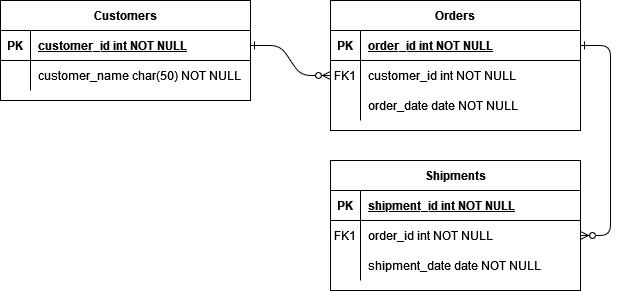
Earlier version of the draw.io export ER Diagram.drawio.png (ClupTheGreat/plannerproject_v2). Source tidied: cells renumbered, new cells last; positions are measured from the earlier drawing's top-left corner, leaving out a move shared by most shapes.
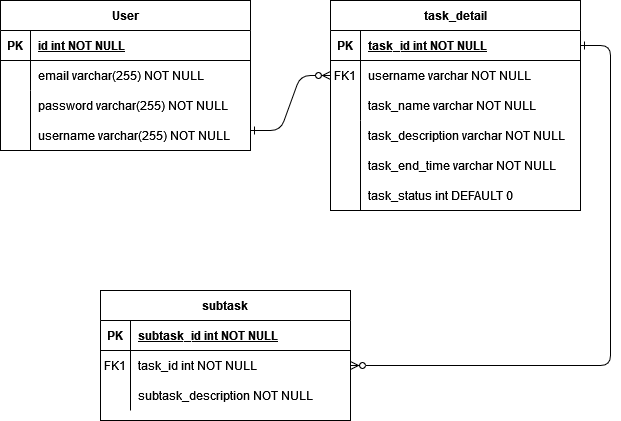
The same diagram one commit later.

What changed in the source:
```diff
@@ -2,14 +2,16 @@
   <root>
     <mxCell id="0" />
     <mxCell id="1" parent="0" />
-    <mxCell id="2" style="edgeStyle=entityRelationEdgeStyle;endArrow=ERzeroToMany;startArrow=ERone;endFill=1;startFill=0;" parent="1" edge="1" source="25" target="8">
-      <mxGeometry relative="1" as="geometry" />
+    <mxCell id="2" style="edgeStyle=entityRelationEdgeStyle;endArrow=ERzeroToMany;startArrow=ERone;endFill=1;startFill=0;" parent="1" edge="1" target="8">
+      <mxGeometry relative="1" as="geometry">
+        <mxPoint x="250" y="130" as="sourcePoint" />
+      </mxGeometry>
     </mxCell>
     <mxCell id="3" style="edgeStyle=entityRelationEdgeStyle;endArrow=ERzeroToMany;startArrow=ERone;endFill=1;startFill=0;" parent="1" edge="1" source="5" target="18">
       <mxGeometry relative="1" as="geometry" />
     </mxCell>
-    <mxCell id="4" value="Orders" style="shape=table;startSize=30;rowLines=0;fontStyle=1;align=center;" parent="1" vertex="1">
-      <mxGeometry x="330" width="250" height="130" as="geometry" />
+    <mxCell id="4" value="task_detail" style="shape=table;startSize=30;rowLines=0;fontStyle=1;align=center;" parent="1" vertex="1">
+      <mxGeometry x="330" width="250" height="210" as="geometry" />
     </mxCell>
     <mxCell id="5" style="shape=partialRectangle;fillColor=none;points=[[0,0.5],[1,0.5]];portConstraint=eastwest;top=0;left=0;right=0;bottom=1;" parent="4" vertex="1">
       <mxGeometry y="30" width="250" height="30" as="geometry" />
@@ -17,7 +19,7 @@
     <mxCell id="6" value="PK" style="shape=partialRectangle;overflow=hidden;fillColor=none;top=0;left=0;bottom=0;right=0;fontStyle=1;" parent="5" vertex="1">
       <mxGeometry width="30" height="30" as="geometry" />
     </mxCell>
-    <mxCell id="7" value="order_id int NOT NULL " style="shape=partialRectangle;overflow=hidden;fillColor=none;top=0;left=0;bottom=0;right=0;align=left;spacingLeft=6;fontStyle=5;" parent="5" vertex="1">
+    <mxCell id="7" value="task_id int NOT NULL " style="shape=partialRectangle;overflow=hidden;fillColor=none;top=0;left=0;bottom=0;right=0;align=left;spacingLeft=6;fontStyle=5;" parent="5" vertex="1">
       <mxGeometry x="30" width="220" height="30" as="geometry" />
     </mxCell>
     <mxCell id="8" style="shape=partialRectangle;fillColor=none;points=[[0,0.5],[1,0.5]];portConstraint=eastwest;top=0;left=0;right=0;bottom=0;" parent="4" vertex="1">
@@ -26,7 +28,7 @@
     <mxCell id="9" value="FK1" style="shape=partialRectangle;overflow=hidden;fillColor=none;top=0;left=0;bottom=0;right=0;" parent="8" vertex="1">
       <mxGeometry width="30" height="30" as="geometry" />
     </mxCell>
-    <mxCell id="10" value="customer_id int NOT NULL" style="shape=partialRectangle;overflow=hidden;fillColor=none;top=0;left=0;bottom=0;right=0;align=left;spacingLeft=6;" parent="8" vertex="1">
+    <mxCell id="10" value="username varchar NOT NULL" style="shape=partialRectangle;overflow=hidden;fillColor=none;top=0;left=0;bottom=0;right=0;align=left;spacingLeft=6;" parent="8" vertex="1">
       <mxGeometry x="30" width="220" height="30" as="geometry" />
     </mxCell>
     <mxCell id="11" style="shape=partialRectangle;fillColor=none;top=0;left=0;right=0;bottom=0;" parent="4" vertex="1">
@@ -35,11 +37,11 @@
     <mxCell id="12" style="shape=partialRectangle;overflow=hidden;fillColor=none;top=0;left=0;bottom=0;right=0;" parent="11" vertex="1">
       <mxGeometry width="30" height="30" as="geometry" />
     </mxCell>
-    <mxCell id="13" value="order_date date NOT NULL" style="shape=partialRectangle;overflow=hidden;fillColor=none;top=0;left=0;bottom=0;right=0;align=left;spacingLeft=6;" parent="11" vertex="1">
+    <mxCell id="13" value="task_name varchar NOT NULL" style="shape=partialRectangle;overflow=hidden;fillColor=none;top=0;left=0;bottom=0;right=0;align=left;spacingLeft=6;" parent="11" vertex="1">
       <mxGeometry x="30" width="220" height="30" as="geometry" />
     </mxCell>
-    <mxCell id="14" value="Shipments" style="shape=table;startSize=30;rowLines=0;fontStyle=1;align=center;" parent="1" vertex="1">
-      <mxGeometry x="330" y="160" width="250" height="130" as="geometry" />
+    <mxCell id="14" value="subtask" style="shape=table;startSize=30;rowLines=0;fontStyle=1;align=center;" parent="1" vertex="1">
+      <mxGeometry x="100" y="290" width="250" height="130" as="geometry" />
     </mxCell>
     <mxCell id="15" style="shape=partialRectangle;fillColor=none;top=0;left=0;right=0;bottom=1;" parent="14" vertex="1">
       <mxGeometry y="30" width="250" height="30" as="geometry" />
@@ -47,7 +49,7 @@
     <mxCell id="16" value="PK" style="shape=partialRectangle;overflow=hidden;fillColor=none;top=0;left=0;bottom=0;right=0;fontStyle=1;" parent="15" vertex="1">
       <mxGeometry width="30" height="30" as="geometry" />
     </mxCell>
-    <mxCell id="17" value="shipment_id int NOT NULL " style="shape=partialRectangle;overflow=hidden;fillColor=none;top=0;left=0;bottom=0;right=0;align=left;spacingLeft=6;fontStyle=5;" parent="15" vertex="1">
+    <mxCell id="17" value="subtask_id int NOT NULL " style="shape=partialRectangle;overflow=hidden;fillColor=none;top=0;left=0;bottom=0;right=0;align=left;spacingLeft=6;fontStyle=5;" parent="15" vertex="1">
       <mxGeometry x="30" width="220" height="30" as="geometry" />
     </mxCell>
     <mxCell id="18" style="shape=partialRectangle;fillColor=none;points=[[0,0.5],[1,0.5]];portConstraint=eastwest;top=0;left=0;right=0;bottom=0;" parent="14" vertex="1">
@@ -56,7 +58,7 @@
     <mxCell id="19" value="FK1" style="shape=partialRectangle;overflow=hidden;fillColor=none;top=0;left=0;bottom=0;right=0;" parent="18" vertex="1">
       <mxGeometry width="30" height="30" as="geometry" />
     </mxCell>
-    <mxCell id="20" value="order_id int NOT NULL" style="shape=partialRectangle;overflow=hidden;fillColor=none;top=0;left=0;bottom=0;right=0;align=left;spacingLeft=6;" parent="18" vertex="1">
+    <mxCell id="20" value="task_id int NOT NULL" style="shape=partialRectangle;overflow=hidden;fillColor=none;top=0;left=0;bottom=0;right=0;align=left;spacingLeft=6;" parent="18" vertex="1">
       <mxGeometry x="30" width="220" height="30" as="geometry" />
     </mxCell>
     <mxCell id="21" style="shape=partialRectangle;fillColor=none;top=0;left=0;right=0;bottom=0;" parent="14" vertex="1">
@@ -65,11 +67,11 @@
     <mxCell id="22" style="shape=partialRectangle;overflow=hidden;fillColor=none;top=0;left=0;bottom=0;right=0;" parent="21" vertex="1">
       <mxGeometry width="30" height="30" as="geometry" />
     </mxCell>
-    <mxCell id="23" value="shipment_date date NOT NULL" style="shape=partialRectangle;overflow=hidden;fillColor=none;top=0;left=0;bottom=0;right=0;align=left;spacingLeft=6;" parent="21" vertex="1">
+    <mxCell id="23" value="subtask_description NOT NULL" style="shape=partialRectangle;overflow=hidden;fillColor=none;top=0;left=0;bottom=0;right=0;align=left;spacingLeft=6;" parent="21" vertex="1">
       <mxGeometry x="30" width="220" height="30" as="geometry" />
     </mxCell>
-    <mxCell id="24" value="Customers" style="shape=table;startSize=30;rowLines=0;fontStyle=1;align=center;" parent="1" vertex="1">
-      <mxGeometry width="250" height="100" as="geometry" />
+    <mxCell id="24" value="User" style="shape=table;startSize=30;rowLines=0;fontStyle=1;align=center;" parent="1" vertex="1">
+      <mxGeometry width="250" height="150" as="geometry" />
     </mxCell>
     <mxCell id="25" style="shape=partialRectangle;fillColor=none;points=[[0,0.5],[1,0.5]];portConstraint=eastwest;top=0;left=0;right=0;bottom=1;" parent="24" vertex="1">
       <mxGeometry y="30" width="250" height="30" as="geometry" />
@@ -77,7 +79,7 @@
     <mxCell id="26" value="PK" style="shape=partialRectangle;overflow=hidden;fillColor=none;top=0;left=0;bottom=0;right=0;fontStyle=1;" parent="25" vertex="1">
       <mxGeometry width="30" height="30" as="geometry" />
     </mxCell>
-    <mxCell id="27" value="customer_id int NOT NULL " style="shape=partialRectangle;overflow=hidden;fillColor=none;top=0;left=0;bottom=0;right=0;align=left;spacingLeft=6;fontStyle=5;" parent="25" vertex="1">
+    <mxCell id="27" value="id int NOT NULL " style="shape=partialRectangle;overflow=hidden;fillColor=none;top=0;left=0;bottom=0;right=0;align=left;spacingLeft=6;fontStyle=5;" parent="25" vertex="1">
       <mxGeometry x="30" width="220" height="30" as="geometry" />
     </mxCell>
     <mxCell id="28" style="shape=partialRectangle;fillColor=none;top=0;left=0;right=0;bottom=0;" parent="24" vertex="1">
@@ -86,8 +88,38 @@
     <mxCell id="29" style="shape=partialRectangle;overflow=hidden;fillColor=none;top=0;left=0;bottom=0;right=0;" parent="28" vertex="1">
       <mxGeometry width="30" height="30" as="geometry" />
     </mxCell>
-    <mxCell id="30" value="customer_name char(50) NOT NULL" style="shape=partialRectangle;overflow=hidden;fillColor=none;top=0;left=0;bottom=0;right=0;align=left;spacingLeft=6;" parent="28" vertex="1">
+    <mxCell id="30" value="email varchar(255) NOT NULL" style="shape=partialRectangle;overflow=hidden;fillColor=none;top=0;left=0;bottom=0;right=0;align=left;spacingLeft=6;" parent="28" vertex="1">
       <mxGeometry x="30" width="220" height="30" as="geometry" />
     </mxCell>
+    <mxCell id="31" style="endArrow=none;html=1;rounded=0;" parent="1" edge="1">
+      <mxGeometry relative="1" as="geometry">
+        <mxPoint x="360" y="210" as="sourcePoint" />
+        <mxPoint x="360" y="120" as="targetPoint" />
+        <Array as="points">
+          <mxPoint x="360" y="150" />
+        </Array>
+      </mxGeometry>
+    </mxCell>
+    <mxCell id="32" value="task_description varchar NOT NULL" style="shape=partialRectangle;overflow=hidden;fillColor=none;top=0;left=0;bottom=0;right=0;align=left;spacingLeft=6;" parent="1" vertex="1">
+      <mxGeometry x="360" y="120" width="220" height="30" as="geometry" />
+    </mxCell>
+    <mxCell id="33" value="task_end_time varchar NOT NULL" style="shape=partialRectangle;overflow=hidden;fillColor=none;top=0;left=0;bottom=0;right=0;align=left;spacingLeft=6;" parent="1" vertex="1">
+      <mxGeometry x="360" y="150" width="220" height="30" as="geometry" />
+    </mxCell>
+    <mxCell id="34" value="task_status int DEFAULT 0" style="shape=partialRectangle;overflow=hidden;fillColor=none;top=0;left=0;bottom=0;right=0;align=left;spacingLeft=6;" parent="1" vertex="1">
+      <mxGeometry x="360" y="180" width="220" height="30" as="geometry" />
+    </mxCell>
+    <mxCell id="35" value="password varchar(255) NOT NULL" style="shape=partialRectangle;overflow=hidden;fillColor=none;top=0;left=0;bottom=0;right=0;align=left;spacingLeft=6;" parent="1" vertex="1">
+      <mxGeometry x="30" y="90" width="220" height="30" as="geometry" />
+    </mxCell>
+    <mxCell id="36" value="username varchar(255) NOT NULL" style="shape=partialRectangle;overflow=hidden;fillColor=none;top=0;left=0;bottom=0;right=0;align=left;spacingLeft=6;" parent="1" vertex="1">
+      <mxGeometry x="30" y="120" width="220" height="30" as="geometry" />
+    </mxCell>
+    <mxCell id="37" style="endArrow=none;html=1;rounded=0;" parent="1" edge="1">
+      <mxGeometry relative="1" as="geometry">
+        <mxPoint x="30" y="150" as="sourcePoint" />
+        <mxPoint x="30" y="90" as="targetPoint" />
+      </mxGeometry>
+    </mxCell>
   </root>
 </mxGraphModel>
```
